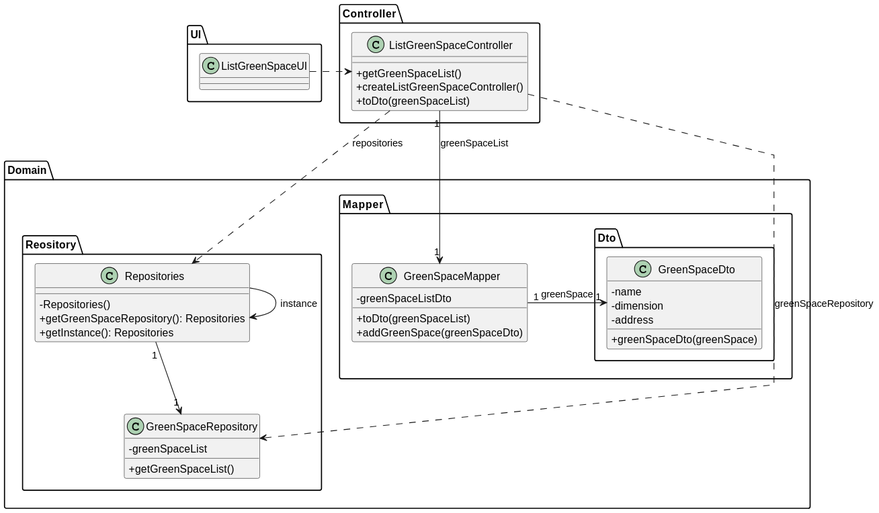
The PlantUML diagram docs/sprintC/us027/03.design/svg/us027-class-diagram.svg in diogoveirospro/lei-24-s2-1dg-g072, before a commit.
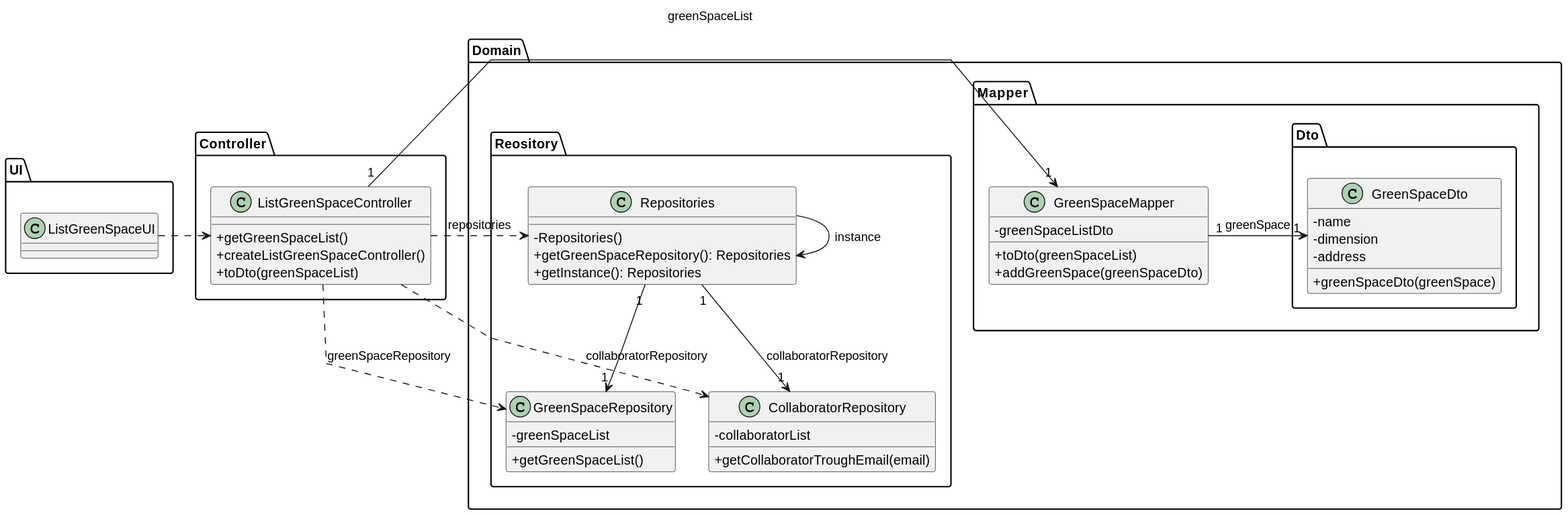
The same diagram one commit later.

The edit, as a diff of the source:
```diff
@@ -39,7 +39,10 @@
     - greenSpaceList
     + getGreenSpaceList()
 }
-
+class CollaboratorRepository{
+    - collaboratorList
+    + getCollaboratorTroughEmail(email)
+}
 
 class Repositories{
  - Repositories()
@@ -49,10 +52,12 @@
 }
 }
 ListGreenSpaceUI .> ListGreenSpaceController
-ListGreenSpaceController ..> Repositories : repositories
+ListGreenSpaceController .> Repositories : repositories
 Repositories -> Repositories : instance
-ListGreenSpaceController ..> GreenSpaceRepository: greenSpaceRepository
+ListGreenSpaceController .> GreenSpaceRepository: greenSpaceRepository
 Repositories "1" --> "1" GreenSpaceRepository
 ListGreenSpaceController "1" -> "1" GreenSpaceMapper: greenSpaceList
 GreenSpaceMapper "1" -> "1" GreenSpaceDto: greenSpace
+Repositories "1" --> "1" CollaboratorRepository: collaboratorRepository
+ListGreenSpaceController .> CollaboratorRepository: collaboratorRepository
 @enduml
```
